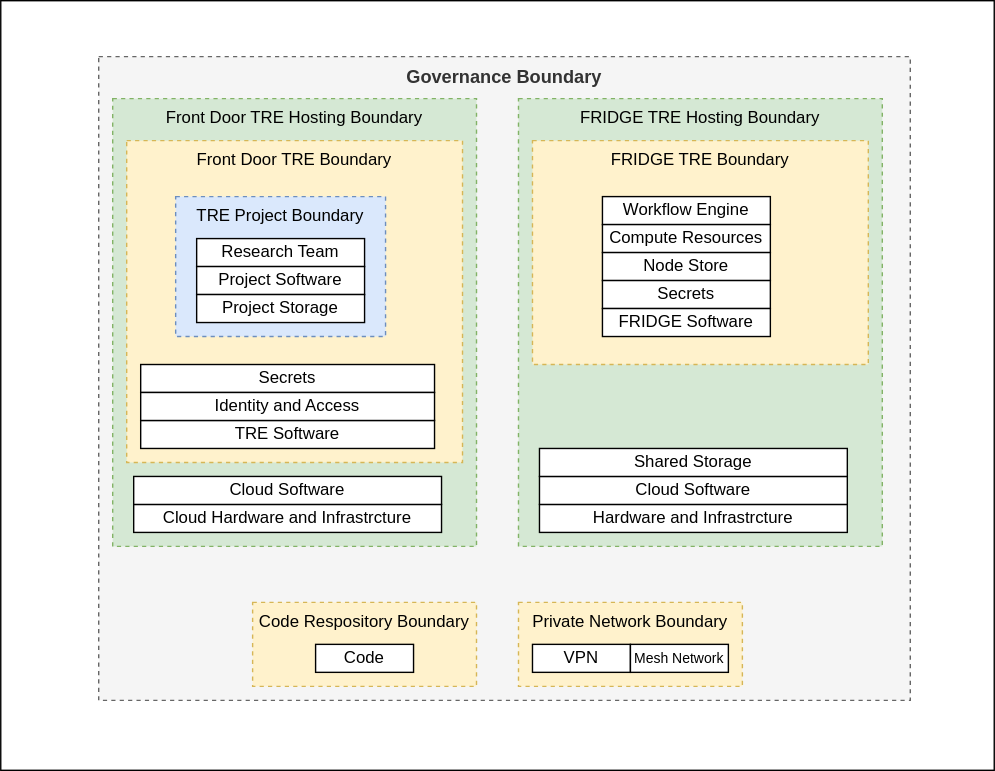
Before: Docs/FRIDGE_Images/Fridge_Boundaries.drawio.svg, a diagram exported from draw.io (sa-tre/satre-high-level-design). Source tidied: cells renumbered, new cells last; positions are measured from the earlier drawing's top-left corner, leaving out a move shared by most shapes.
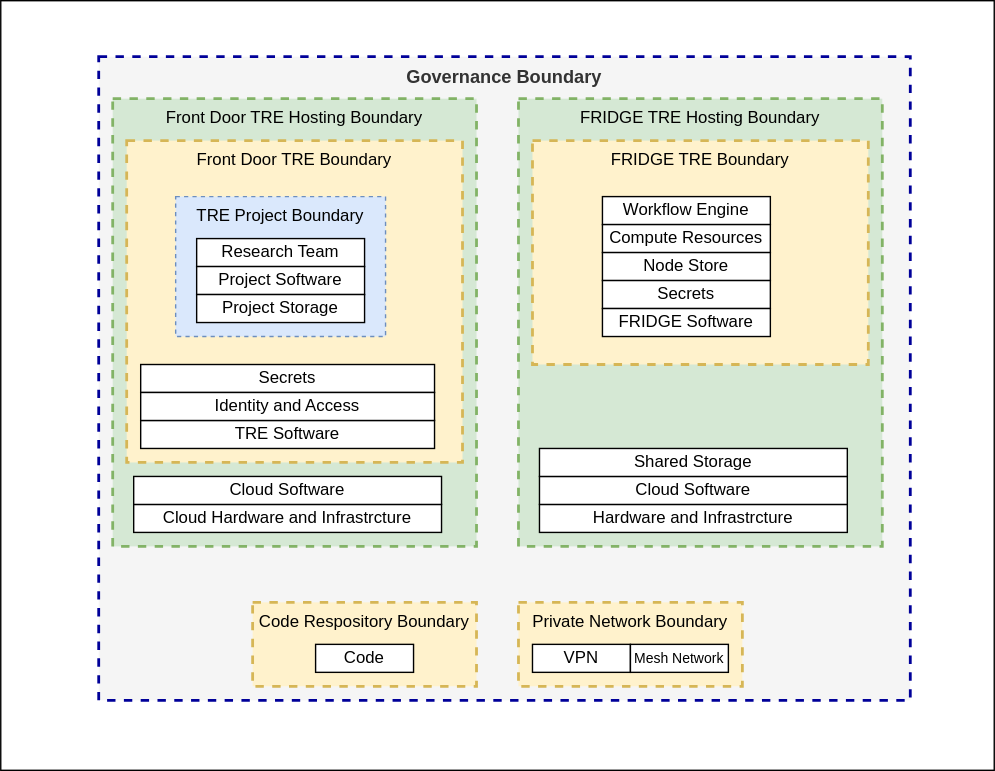
The same diagram one commit later.

Change to the diagram source:
```diff
@@ -5,16 +5,16 @@
     <mxCell id="2" style="rounded=0;whiteSpace=wrap;html=1;" parent="1" vertex="1">
       <mxGeometry width="710" height="550" as="geometry" />
     </mxCell>
-    <mxCell id="3" value="Governance Boundary" style="rounded=0;whiteSpace=wrap;html=1;dashed=1;verticalAlign=top;fillColor=#f5f5f5;fontColor=#333333;strokeColor=#666666;fontSize=13;fontStyle=1;" parent="1" vertex="1">
+    <mxCell id="3" value="Governance Boundary" style="rounded=0;whiteSpace=wrap;html=1;dashed=1;verticalAlign=top;fillColor=#f5f5f5;fontColor=#333333;strokeColor=#000099;fontSize=13;fontStyle=1;strokeWidth=2;" parent="1" vertex="1">
       <mxGeometry x="70" y="40" width="580" height="460" as="geometry" />
     </mxCell>
-    <mxCell id="4" value="Front Door TRE Hosting Boundary" style="rounded=0;whiteSpace=wrap;html=1;dashed=1;verticalAlign=top;fillColor=#d5e8d4;strokeColor=#82b366;" parent="1" vertex="1">
+    <mxCell id="4" value="Front Door TRE Hosting Boundary" style="rounded=0;whiteSpace=wrap;html=1;dashed=1;verticalAlign=top;fillColor=#d5e8d4;strokeColor=#82b366;strokeWidth=2;" parent="1" vertex="1">
       <mxGeometry x="80" y="70" width="260" height="320" as="geometry" />
     </mxCell>
-    <mxCell id="5" value="Code Respository Boundary" style="rounded=0;whiteSpace=wrap;html=1;dashed=1;verticalAlign=top;fillColor=#fff2cc;strokeColor=#d6b656;" parent="1" vertex="1">
+    <mxCell id="5" value="Code Respository Boundary" style="rounded=0;whiteSpace=wrap;html=1;dashed=1;verticalAlign=top;fillColor=#fff2cc;strokeColor=#d6b656;strokeWidth=2;" parent="1" vertex="1">
       <mxGeometry x="180" y="430" width="160" height="60" as="geometry" />
     </mxCell>
-    <mxCell id="6" value="Front Door TRE Boundary" style="rounded=0;whiteSpace=wrap;html=1;dashed=1;verticalAlign=top;fillColor=#fff2cc;strokeColor=#d6b656;" parent="1" vertex="1">
+    <mxCell id="6" value="Front Door TRE Boundary" style="rounded=0;whiteSpace=wrap;html=1;dashed=1;verticalAlign=top;fillColor=#fff2cc;strokeColor=#d6b656;strokeWidth=2;" parent="1" vertex="1">
       <mxGeometry x="90" y="100" width="240" height="230" as="geometry" />
     </mxCell>
     <mxCell id="7" value="TRE Project Boundary" style="rounded=0;whiteSpace=wrap;html=1;dashed=1;verticalAlign=top;fillColor=#dae8fc;strokeColor=#6c8ebf;" parent="1" vertex="1">
@@ -47,10 +47,10 @@
     <mxCell id="16" value="Code" style="rounded=0;whiteSpace=wrap;html=1;" parent="1" vertex="1">
       <mxGeometry x="225" y="460" width="70" height="20" as="geometry" />
     </mxCell>
-    <mxCell id="17" value="FRIDGE TRE Hosting Boundary" style="rounded=0;whiteSpace=wrap;html=1;dashed=1;verticalAlign=top;fillColor=#d5e8d4;strokeColor=#82b366;" parent="1" vertex="1">
+    <mxCell id="17" value="FRIDGE TRE Hosting Boundary" style="rounded=0;whiteSpace=wrap;html=1;dashed=1;verticalAlign=top;fillColor=#d5e8d4;strokeColor=#82b366;strokeWidth=2;" parent="1" vertex="1">
       <mxGeometry x="370" y="70" width="260" height="320" as="geometry" />
     </mxCell>
-    <mxCell id="18" value="FRIDGE TRE Boundary" style="rounded=0;whiteSpace=wrap;html=1;dashed=1;verticalAlign=top;fillColor=#fff2cc;strokeColor=#d6b656;" parent="1" vertex="1">
+    <mxCell id="18" value="FRIDGE TRE Boundary" style="rounded=0;whiteSpace=wrap;html=1;dashed=1;verticalAlign=top;fillColor=#fff2cc;strokeColor=#d6b656;strokeWidth=2;" parent="1" vertex="1">
       <mxGeometry x="380" y="100" width="240" height="160" as="geometry" />
     </mxCell>
     <mxCell id="19" value="Hardware and Infrastrcture" style="rounded=0;whiteSpace=wrap;html=1;" parent="1" vertex="1">
@@ -68,7 +68,7 @@
     <mxCell id="23" value="Node Store" style="rounded=0;whiteSpace=wrap;html=1;" parent="1" vertex="1">
       <mxGeometry x="430" y="180" width="120" height="20" as="geometry" />
     </mxCell>
-    <mxCell id="24" value="Private Network Boundary" style="rounded=0;whiteSpace=wrap;html=1;dashed=1;verticalAlign=top;fillColor=#fff2cc;strokeColor=#d6b656;" parent="1" vertex="1">
+    <mxCell id="24" value="Private Network Boundary" style="rounded=0;whiteSpace=wrap;html=1;dashed=1;verticalAlign=top;fillColor=#fff2cc;strokeColor=#d6b656;strokeWidth=2;" parent="1" vertex="1">
       <mxGeometry x="370" y="430" width="160" height="60" as="geometry" />
     </mxCell>
     <mxCell id="25" value="VPN" style="rounded=0;whiteSpace=wrap;html=1;" parent="1" vertex="1">
```
